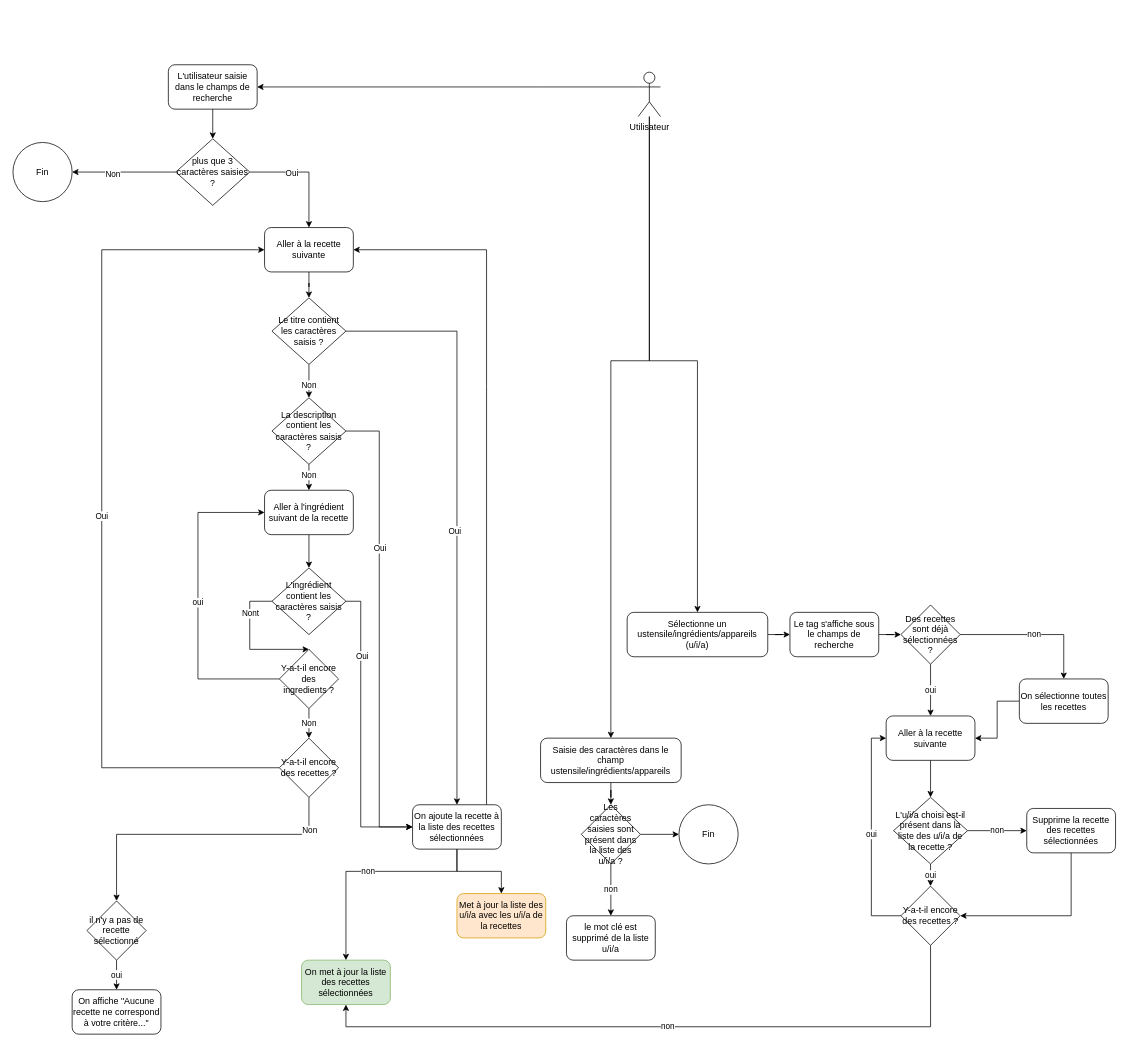
Above: page "Old" (1 of 2) of Recherche.drawio in tetyanachouteau/front-end-search-engine-kitchen (draw.io), before the change. Source tidied: cells renumbered, new cells numbered last; positions are measured from the earlier drawing's top-left corner, leaving out a move shared by most shapes. Both pictures are drawn from the tidied source at 74%, with x=0, y=0 at pixel (13, 64).
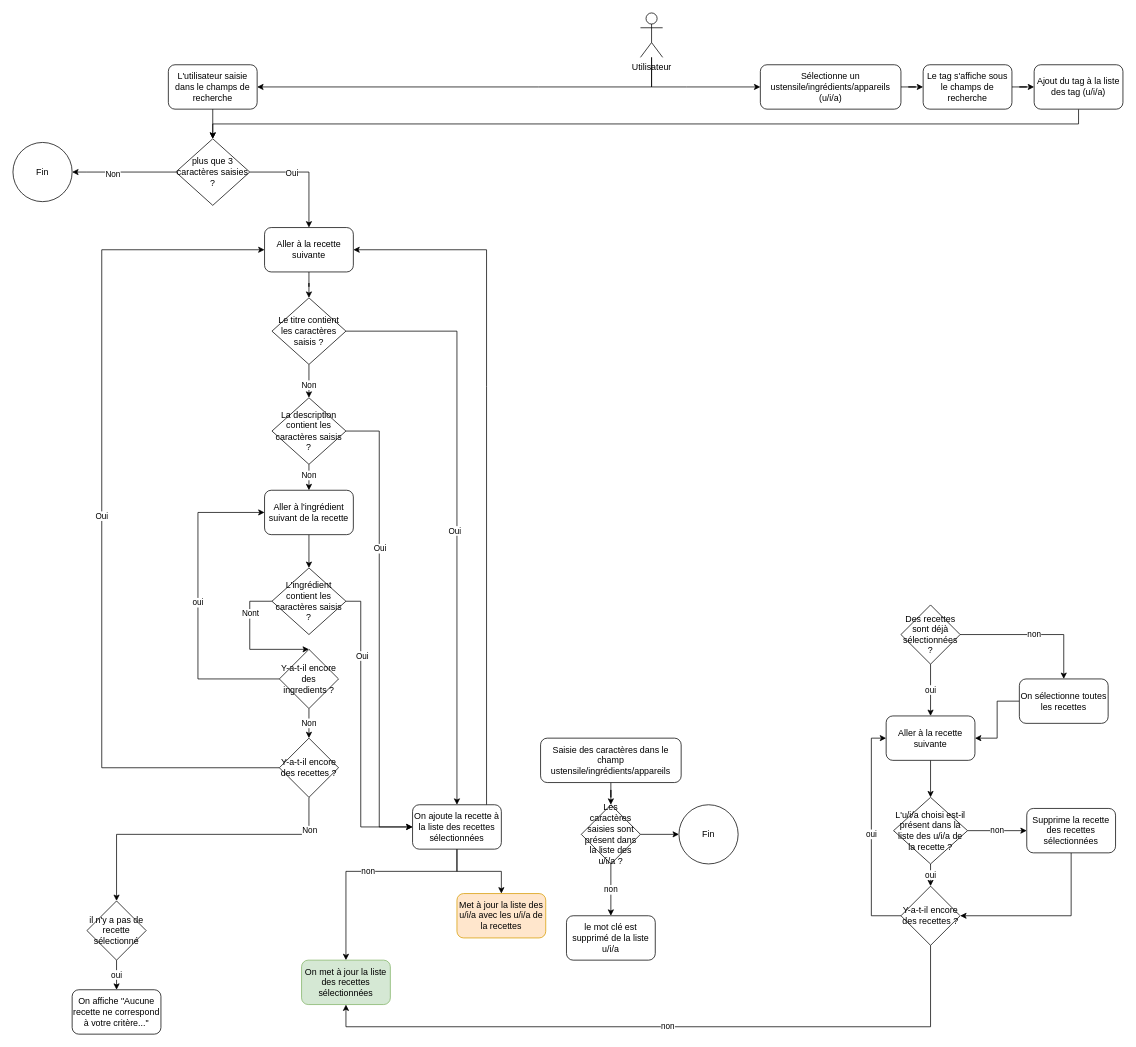
The same page after the edit.

Commit message:
Mettre à jour Recherche.drawio

The change refers to these unchanged cells:
```xml
<mxCell id="7" value="plus que 3 caractères saisies ?" style="rhombus;whiteSpace=wrap;html=1;" parent="1" vertex="1">
  <mxGeometry x="220" y="100" width="100" height="90" as="geometry" />
</mxCell>
<mxCell id="47" value="Des recettes sont déjà sélectionnées ?" style="rhombus;whiteSpace=wrap;html=1;" parent="1" vertex="1">
  <mxGeometry x="1200" y="730" width="80" height="80" as="geometry" />
</mxCell>
<mxCell id="59" value="Saisie des caractères dans le champ ustensile/ingrédients/appareils" style="rounded=1;whiteSpace=wrap;html=1;" parent="1" vertex="1">
  <mxGeometry x="713" y="910" width="190" height="60" as="geometry" />
</mxCell>
```

Diff of the diagram source:
```diff
@@
-    <mxCell id="39" style="edgeStyle=orthogonalEdgeStyle;rounded=0;jettySize=auto;html=1;entryX=0.5;entryY=0;entryDx=0;entryDy=0;" parent="1" edge="1" source="41" target="44">
+    <mxCell id="39" style="edgeStyle=orthogonalEdgeStyle;rounded=0;jettySize=auto;html=1;entryX=0;entryY=0.5;entryDx=0;entryDy=0;" parent="1" edge="1" source="41" target="44">
       <mxGeometry relative="1" as="geometry">
         <Array as="points">
-          <mxPoint x="860" y="400" />
-          <mxPoint x="925" y="400" />
+          <mxPoint x="910" y="30" />
+          <mxPoint x="910" y="30" />
         </Array>
       </mxGeometry>
     </mxCell>
-    <mxCell id="40" style="edgeStyle=orthogonalEdgeStyle;rounded=0;jettySize=auto;html=1;entryX=0.5;entryY=0;entryDx=0;entryDy=0;" parent="1" edge="1" source="41" target="59">
-      <mxGeometry relative="1" as="geometry">
-        <Array as="points">
-          <mxPoint x="860" y="400" />
-          <mxPoint x="808" y="400" />
-        </Array>
-      </mxGeometry>
-    </mxCell>
     <mxCell id="41" value="Utilisateur" style="shape=umlActor;verticalLabelPosition=bottom;verticalAlign=top;html=1;outlineConnect=0;" parent="1" vertex="1">
-      <mxGeometry x="845" y="10" width="30" height="60" as="geometry" />
+      <mxGeometry x="848" y="-70" width="30" height="60" as="geometry" />
     </mxCell>
@@
     <mxCell id="44" value="Sélectionne un ustensile/ingrédients/appareils (u/i/a)" style="rounded=1;whiteSpace=wrap;html=1;" parent="1" vertex="1">
-      <mxGeometry x="830" y="740" width="190" height="60" as="geometry" />
+      <mxGeometry x="1010" width="190" height="60" as="geometry" />
     </mxCell>
@@
-    <mxCell id="67" style="edgeStyle=orthogonalEdgeStyle;rounded=0;jettySize=auto;html=1;" parent="1" edge="1" source="68" target="47">
-      <mxGeometry relative="1" as="geometry" />
+    <mxCell id="67" style="edgeStyle=orthogonalEdgeStyle;rounded=0;jettySize=auto;html=1;exitX=0.5;exitY=1;exitDx=0;exitDy=0;" parent="1" edge="1" source="76" target="7">
+      <mxGeometry relative="1" as="geometry">
+        <Array as="points">
+          <mxPoint x="1440" y="80" />
+          <mxPoint x="270" y="80" />
+        </Array>
+      </mxGeometry>
     </mxCell>
+    <mxCell id="75" style="edgeStyle=orthogonalEdgeStyle;rounded=0;jettySize=auto;html=1;" parent="1" edge="1" source="68" target="76">
+      <mxGeometry relative="1" as="geometry" />
+    </mxCell>
     <mxCell id="68" value="Le tag s'affiche sous le champs de recherche" style="rounded=1;whiteSpace=wrap;html=1;" parent="1" vertex="1">
-      <mxGeometry x="1050" y="740" width="120" height="60" as="geometry" />
+      <mxGeometry x="1230" width="120" height="60" as="geometry" />
     </mxCell>
@@
+    <mxCell id="76" value="Ajout du tag à la liste des tag (u/i/a)" style="rounded=1;whiteSpace=wrap;html=1;" parent="1" vertex="1">
+      <mxGeometry x="1380" width="120" height="60" as="geometry" />
+    </mxCell>
```
